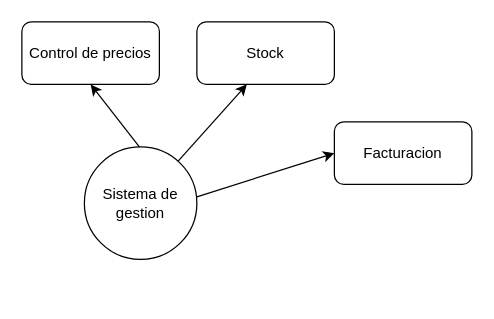
Earlier version of the draw.io diagram Casosdeuso-cortinova.drawio (fertadeo/cortinova-sistema). Source tidied: cells renumbered, new cells numbered last; positions are measured from the earlier drawing's top-left corner, leaving out a move shared by most shapes. Both pictures are drawn from the tidied source at 125%, with x=0, y=0 at pixel (21, 21).
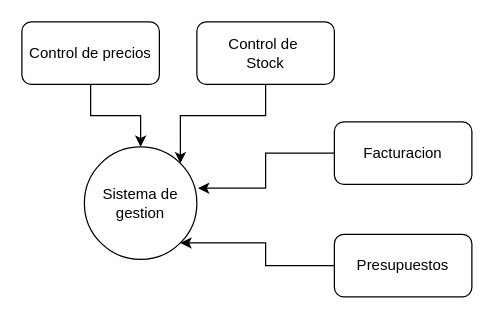
The same diagram, later.

What changed in the source:
```diff
@@
 <mxGraphModel>
   <root>
     <mxCell id="0" />
     <mxCell id="1" parent="0" />
     <mxCell id="2" value="Sistema de gestion" style="ellipse;whiteSpace=wrap;html=1;" parent="1" vertex="1">
       <mxGeometry x="50" y="100" width="90" height="90" as="geometry" />
     </mxCell>
+    <mxCell id="9" style="edgeStyle=orthogonalEdgeStyle;rounded=0;jettySize=auto;html=1;entryX=1;entryY=0;entryDx=0;entryDy=0;" parent="1" edge="1" source="3" target="2">
+      <mxGeometry relative="1" as="geometry" />
+    </mxCell>
-    <mxCell id="3" value="Stock" style="rounded=1;whiteSpace=wrap;html=1;" parent="1" vertex="1">
+    <mxCell id="3" value="Control de&amp;nbsp;&lt;div&gt;Stock&lt;/div&gt;" style="rounded=1;whiteSpace=wrap;html=1;" parent="1" vertex="1">
       <mxGeometry x="140" width="110" height="50" as="geometry" />
     </mxCell>
     <mxCell id="4" value="Facturacion" style="rounded=1;whiteSpace=wrap;html=1;" parent="1" vertex="1">
       <mxGeometry x="250" y="80" width="110" height="50" as="geometry" />
     </mxCell>
+    <mxCell id="10" style="edgeStyle=orthogonalEdgeStyle;rounded=0;jettySize=auto;html=1;exitX=0.5;exitY=1;exitDx=0;exitDy=0;" parent="1" edge="1" source="5" target="2">
+      <mxGeometry relative="1" as="geometry" />
+    </mxCell>
     <mxCell id="5" value="Control de precios" style="rounded=1;whiteSpace=wrap;html=1;" parent="1" vertex="1">
       <mxGeometry width="110" height="50" as="geometry" />
     </mxCell>
-    <mxCell id="6" style="endArrow=classic;html=1;rounded=0;entryX=0.5;entryY=1;entryDx=0;entryDy=0;" parent="1" edge="1" target="5">
-      <mxGeometry relative="1" as="geometry">
-        <mxPoint x="94" y="100" as="sourcePoint" />
-      </mxGeometry>
-    </mxCell>
-    <mxCell id="7" style="endArrow=classic;html=1;rounded=0;" parent="1" edge="1" source="2">
-      <mxGeometry relative="1" as="geometry">
-        <mxPoint x="180" y="50" as="targetPoint" />
-      </mxGeometry>
-    </mxCell>
-    <mxCell id="8" style="endArrow=classic;html=1;rounded=0;entryX=0;entryY=0.5;entryDx=0;entryDy=0;" parent="1" edge="1" target="4">
-      <mxGeometry relative="1" as="geometry">
-        <mxPoint x="140" y="140" as="sourcePoint" />
-        <Array as="points">
-          <mxPoint x="140" y="140" />
-        </Array>
-      </mxGeometry>
-    </mxCell>
+    <mxCell id="11" style="edgeStyle=orthogonalEdgeStyle;rounded=0;jettySize=auto;html=1;entryX=1;entryY=1;entryDx=0;entryDy=0;" parent="1" edge="1" source="12" target="2">
+      <mxGeometry relative="1" as="geometry" />
+    </mxCell>
+    <mxCell id="12" value="Presupuestos" style="rounded=1;whiteSpace=wrap;html=1;" parent="1" vertex="1">
+      <mxGeometry x="250" y="170" width="110" height="50" as="geometry" />
+    </mxCell>
+    <mxCell id="13" style="edgeStyle=orthogonalEdgeStyle;rounded=0;jettySize=auto;html=1;entryX=1.011;entryY=0.367;entryDx=0;entryDy=0;entryPerimeter=0;" parent="1" edge="1" source="4" target="2">
+      <mxGeometry relative="1" as="geometry" />
+    </mxCell>
   </root>
 </mxGraphModel>
```
